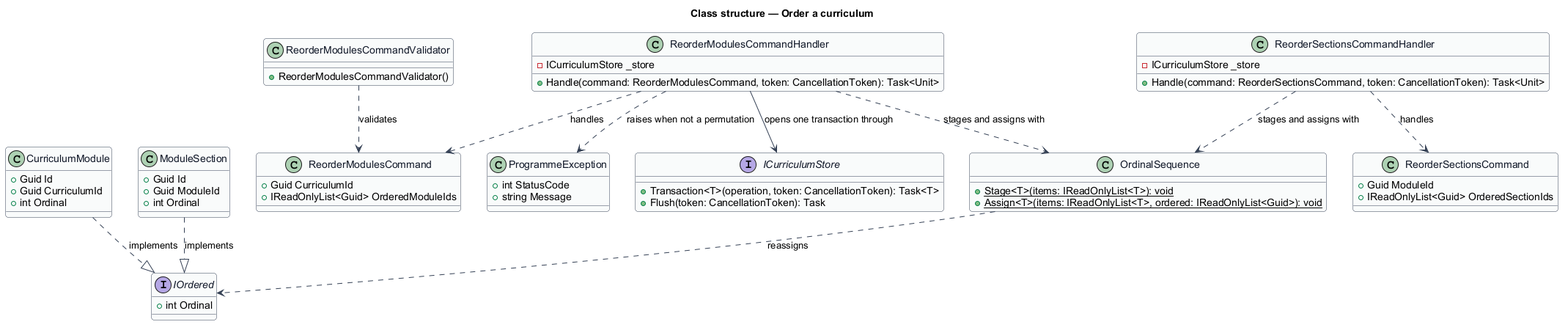
Above: docs/detailed-designs/administration/order-curriculum/diagrams/class-structure.png in QuinntyneBrown/quinntyne-brown-stewardship (PlantUML), before the change. Its diagram source:
```plantuml
@startuml
skinparam backgroundColor #FFFFFF
skinparam shadowing false
skinparam roundcorner 8
skinparam defaultFontName Arial
skinparam ArrowColor #344054
skinparam class {
  BorderColor #344054
  FontColor #101828
  BackgroundColor #F9FAFB
}
title Class structure — Order a curriculum

interface IOrdered {
  +int Ordinal
}

class CurriculumModule {
  +Guid Id
  +Guid CurriculumId
  +int Ordinal
}

class ModuleSection {
  +Guid Id
  +Guid ModuleId
  +int Ordinal
}

class OrdinalSequence {
  +{static} Stage<T>(items: IReadOnlyList<T>): void
  +{static} Assign<T>(items: IReadOnlyList<T>, ordered: IReadOnlyList<Guid>): void
}

class ReorderModulesCommand {
  +Guid CurriculumId
  +IReadOnlyList<Guid> OrderedModuleIds
}

class ReorderModulesCommandValidator {
  +ReorderModulesCommandValidator()
}

class ReorderModulesCommandHandler {
  -ICurriculumStore _store
  +Handle(command: ReorderModulesCommand, token: CancellationToken): Task<Unit>
}

class ReorderSectionsCommand {
  +Guid ModuleId
  +IReadOnlyList<Guid> OrderedSectionIds
}

class ReorderSectionsCommandHandler {
  -ICurriculumStore _store
  +Handle(command: ReorderSectionsCommand, token: CancellationToken): Task<Unit>
}

class ProgrammeException {
  +int StatusCode
  +string Message
}

interface ICurriculumStore {
  +Transaction<T>(operation, token: CancellationToken): Task<T>
  +Flush(token: CancellationToken): Task
}

CurriculumModule ..|> IOrdered : implements
ModuleSection ..|> IOrdered : implements
OrdinalSequence ..> IOrdered : reassigns
ReorderModulesCommandValidator ..> ReorderModulesCommand : validates
ReorderModulesCommandHandler ..> ReorderModulesCommand : handles
ReorderModulesCommandHandler ..> OrdinalSequence : stages and assigns with
ReorderModulesCommandHandler --> ICurriculumStore : opens one transaction through
ReorderModulesCommandHandler ..> ProgrammeException : raises when not a permutation
ReorderSectionsCommandHandler ..> ReorderSectionsCommand : handles
ReorderSectionsCommandHandler ..> OrdinalSequence : stages and assigns with
@enduml
```
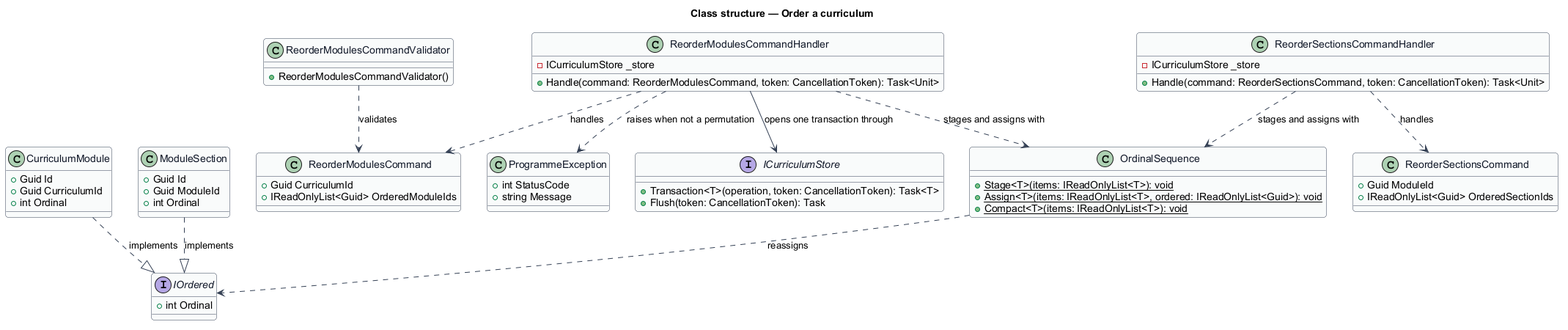
After the commit.

Change to the diagram source:
```diff
@@ -30,6 +30,7 @@
 class OrdinalSequence {
   +{static} Stage<T>(items: IReadOnlyList<T>): void
   +{static} Assign<T>(items: IReadOnlyList<T>, ordered: IReadOnlyList<Guid>): void
+  +{static} Compact<T>(items: IReadOnlyList<T>): void
 }
 
 class ReorderModulesCommand {
```
